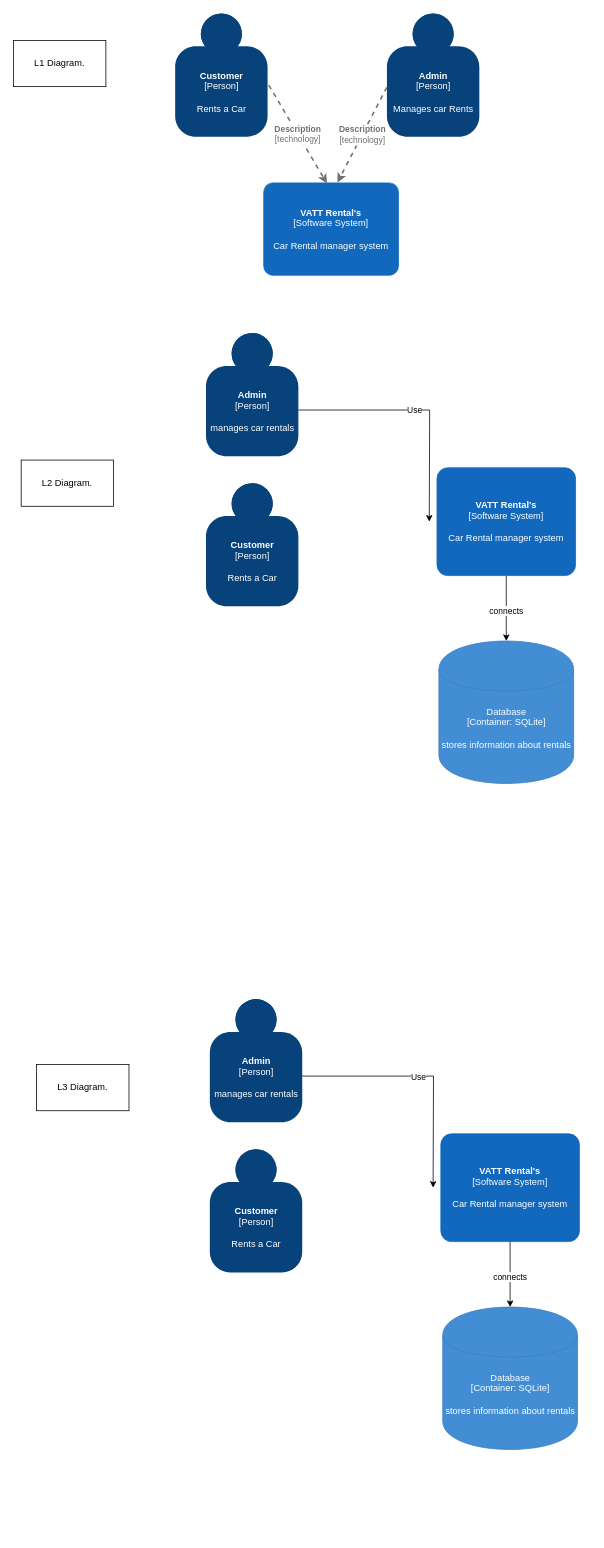
This is Rentals.drawio from jbovone/R-A-Clase-18, a draw.io file, before an edit. Source tidied: cells renumbered, new cells numbered last; positions are measured from the earlier drawing's top-left corner, leaving out a move shared by most shapes. Both pictures are drawn from the tidied source at 77%, with x=0, y=0 at pixel (13, 13).
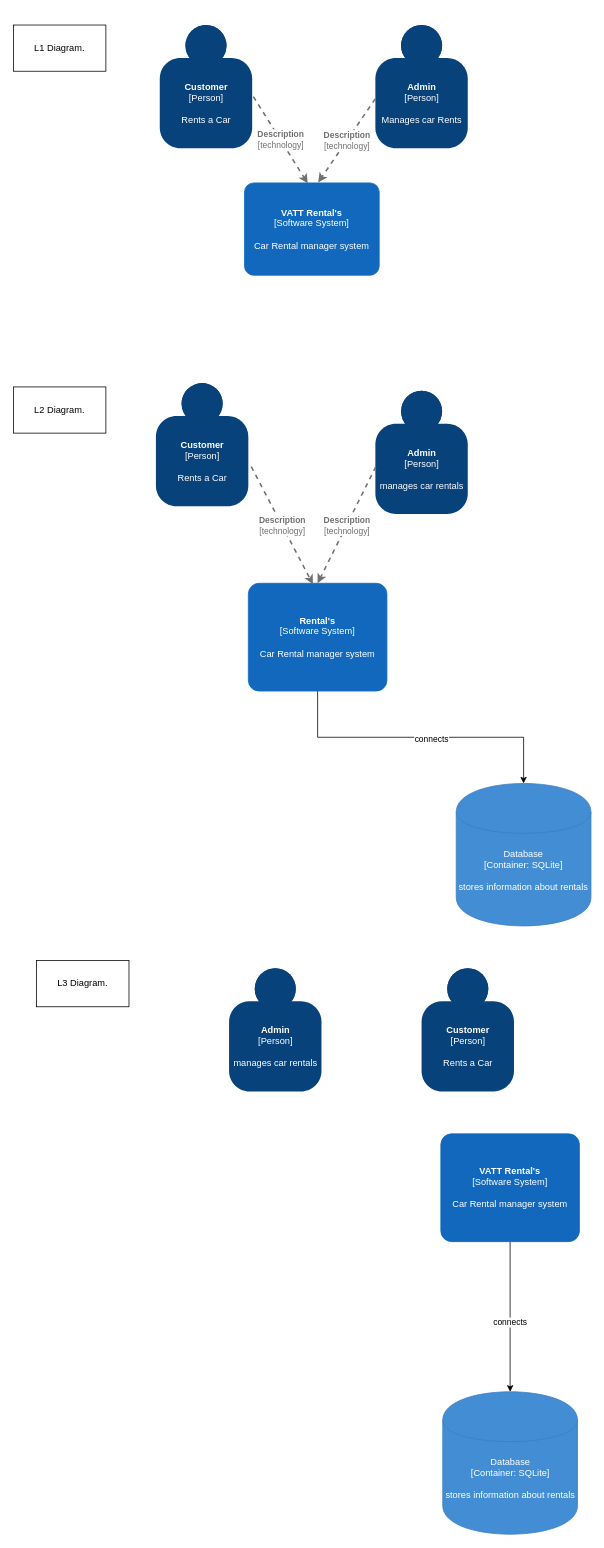
The same page after the edit.

The edit, as a diff of the source:
```diff
@@
     <object id="2" label="&lt;b&gt;%c4Name%&lt;/b&gt;&lt;div&gt;[%c4Type%]&lt;/div&gt;&lt;br&gt;&lt;div&gt;%c4Description%&lt;/div&gt;" c4Description="Manages car Rents" c4Name="Admin" c4Type="Person" placeholders="1">
       <mxCell style="html=1;dashed=0;whitespace=wrap;fillColor=#08427b;strokeColor=none;fontColor=#ffffff;shape=mxgraph.c4.person;align=center;points=[[0.5,0,0],[1,0.5,0],[1,0.75,0],[0.75,1,0],[0.5,1,0],[0.25,1,0],[0,0.75,0],[0,0.5,0]];metaData={&quot;c4Type&quot;:{&quot;editable&quot;:false}};" parent="1" vertex="1">
-        <mxGeometry x="485" width="120" height="160" as="geometry" />
+        <mxGeometry x="470" y="15" width="120" height="160" as="geometry" />
       </mxCell>
     </object>
     <object id="3" label="&lt;b&gt;%c4Name%&lt;/b&gt;&lt;div&gt;[%c4Type%]&lt;/div&gt;&lt;br&gt;&lt;div&gt;%c4Description%&lt;/div&gt;" c4Description="Car Rental manager system" c4Name="VATT Rental's" c4Type="Software System" placeholders="1">
       <mxCell style="rounded=1;whiteSpace=wrap;html=1;labelBackgroundColor=none;fillColor=#1168BD;fontColor=#ffffff;align=center;arcSize=10;strokeColor=#1168BD;metaData={&quot;c4Type&quot;:{&quot;editable&quot;:false}};points=[[0.25,0,0],[0.5,0,0],[0.75,0,0],[1,0.25,0],[1,0.5,0],[1,0.75,0],[0.75,1,0],[0.5,1,0],[0.25,1,0],[0,0.75,0],[0,0.5,0],[0,0.25,0]];" parent="1" vertex="1">
-        <mxGeometry x="325" y="220" width="175" height="120" as="geometry" />
+        <mxGeometry x="300" y="220" width="175" height="120" as="geometry" />
       </mxCell>
     </object>
     <mxCell id="4" value="L1 Diagram." style="whiteSpace=wrap;html=1;" parent="1" vertex="1">
-      <mxGeometry y="35" width="120" height="60" as="geometry" />
+      <mxGeometry y="15" width="120" height="60" as="geometry" />
     </mxCell>
     <mxCell id="5" value="L3 Diagram." style="whiteSpace=wrap;html=1;" parent="1" vertex="1">
-      <mxGeometry x="30" y="1365" width="120" height="60" as="geometry" />
+      <mxGeometry x="30" y="1230" width="120" height="60" as="geometry" />
     </mxCell>
-    <mxCell id="6" style="edgeStyle=orthogonalEdgeStyle;rounded=0;jettySize=auto;html=1;exitX=1;exitY=0.625;exitDx=0;exitDy=0;exitPerimeter=0;" parent="1" edge="1" source="8">
-      <mxGeometry relative="1" as="geometry">
-        <mxPoint x="540" y="660" as="targetPoint" />
-      </mxGeometry>
-    </mxCell>
-    <mxCell id="7" value="Use&lt;br&gt;" style="edgeLabel;html=1;align=center;verticalAlign=middle;" parent="6" vertex="1">
-      <mxGeometry x="-0.05" relative="1" as="geometry" />
-    </mxCell>
     <object id="8" label="&lt;b&gt;%c4Name%&lt;/b&gt;&lt;div&gt;[%c4Type%]&lt;/div&gt;&lt;br&gt;&lt;div&gt;%c4Description%&lt;/div&gt;" c4Description="manages car rentals" c4Name="Admin" c4Type="Person" placeholders="1">
       <mxCell style="html=1;dashed=0;whitespace=wrap;fillColor=#08427b;strokeColor=none;fontColor=#ffffff;shape=mxgraph.c4.person;align=center;points=[[0.5,0,0],[1,0.5,0],[1,0.75,0],[0.75,1,0],[0.5,1,0],[0.25,1,0],[0,0.75,0],[0,0.5,0]];metaData={&quot;c4Type&quot;:{&quot;editable&quot;:false}};" parent="1" vertex="1">
-        <mxGeometry x="250" y="415" width="120" height="160" as="geometry" />
+        <mxGeometry x="470" y="490" width="120" height="160" as="geometry" />
       </mxCell>
     </object>
@@
-    <object id="11" label="&lt;b&gt;%c4Name%&lt;/b&gt;&lt;div&gt;[%c4Type%]&lt;/div&gt;&lt;br&gt;&lt;div&gt;%c4Description%&lt;/div&gt;" c4Description="Car Rental manager system" c4Name="VATT Rental's" c4Type="Software System" placeholders="1">
+    <object id="11" label="&lt;b&gt;%c4Name%&lt;/b&gt;&lt;div&gt;[%c4Type%]&lt;/div&gt;&lt;br&gt;&lt;div&gt;%c4Description%&lt;/div&gt;" c4Description="Car Rental manager system" c4Name="Rental's" c4Type="Software System" placeholders="1">
       <mxCell style="rounded=1;whiteSpace=wrap;html=1;labelBackgroundColor=none;fillColor=#1168BD;fontColor=#ffffff;align=center;arcSize=10;strokeColor=#1168BD;metaData={&quot;c4Type&quot;:{&quot;editable&quot;:false}};points=[[0.25,0,0],[0.5,0,0],[0.75,0,0],[1,0.25,0],[1,0.5,0],[1,0.75,0],[0.75,1,0],[0.5,1,0],[0.25,1,0],[0,0.75,0],[0,0.5,0],[0,0.25,0]];" parent="1" vertex="1">
-        <mxGeometry x="550" y="590" width="180" height="140" as="geometry" />
+        <mxGeometry x="305" y="740" width="180" height="140" as="geometry" />
       </mxCell>
     </object>
     <mxCell id="12" value="L2 Diagram." style="whiteSpace=wrap;html=1;" parent="1" vertex="1">
-      <mxGeometry x="10" y="580" width="120" height="60" as="geometry" />
+      <mxGeometry y="485" width="120" height="60" as="geometry" />
     </mxCell>
     <object id="13" label="%c4Type%&lt;div&gt;[Container:&amp;nbsp;%c4Technology%]&lt;/div&gt;&lt;br&gt;&lt;div&gt;%c4Description%&lt;/div&gt;" c4Description="stores information about rentals" c4Technology="SQLite" c4Type="Database" placeholders="1">
       <mxCell style="shape=cylinder;whiteSpace=wrap;html=1;boundedLbl=1;rounded=0;labelBackgroundColor=none;fillColor=#438DD5;fontSize=12;fontColor=#ffffff;align=center;strokeColor=#3C7FC0;points=[[0.5,0,0],[1,0.25,0],[1,0.5,0],[1,0.75,0],[0.5,1,0],[0,0.75,0],[0,0.5,0],[0,0.25,0]];metaData={&quot;c4Type&quot;:{&quot;editable&quot;:false}};" parent="1" vertex="1">
-        <mxGeometry x="552.5" y="815" width="175" height="185" as="geometry" />
+        <mxGeometry x="575" y="1000" width="175" height="185" as="geometry" />
       </mxCell>
     </object>
     <object id="14" label="&lt;b&gt;%c4Name%&lt;/b&gt;&lt;div&gt;[%c4Type%]&lt;/div&gt;&lt;br&gt;&lt;div&gt;%c4Description%&lt;/div&gt;" c4Description="Rents a Car" c4Name="Customer" c4Type="Person" placeholders="1">
       <mxCell style="html=1;dashed=0;whitespace=wrap;fillColor=#08427b;strokeColor=none;fontColor=#ffffff;shape=mxgraph.c4.person;align=center;points=[[0.5,0,0],[1,0.5,0],[1,0.75,0],[0.75,1,0],[0.5,1,0],[0.25,1,0],[0,0.75,0],[0,0.5,0]];metaData={&quot;c4Type&quot;:{&quot;editable&quot;:false}};" parent="1" vertex="1">
-        <mxGeometry x="210" width="120" height="160" as="geometry" />
+        <mxGeometry x="190" y="15" width="120" height="160" as="geometry" />
       </mxCell>
     </object>
@@
     <object id="17" label="&lt;b&gt;%c4Name%&lt;/b&gt;&lt;div&gt;[%c4Type%]&lt;/div&gt;&lt;br&gt;&lt;div&gt;%c4Description%&lt;/div&gt;" c4Description="Rents a Car" c4Name="Customer" c4Type="Person" placeholders="1">
       <mxCell style="html=1;dashed=0;whitespace=wrap;fillColor=#08427b;strokeColor=none;fontColor=#ffffff;shape=mxgraph.c4.person;align=center;points=[[0.5,0,0],[1,0.5,0],[1,0.75,0],[0.75,1,0],[0.5,1,0],[0.25,1,0],[0,0.75,0],[0,0.5,0]];metaData={&quot;c4Type&quot;:{&quot;editable&quot;:false}};" parent="1" vertex="1">
-        <mxGeometry x="250" y="610" width="120" height="160" as="geometry" />
+        <mxGeometry x="185" y="480" width="120" height="160" as="geometry" />
       </mxCell>
     </object>
-    <mxCell id="18" style="edgeStyle=orthogonalEdgeStyle;rounded=0;jettySize=auto;html=1;exitX=1;exitY=0.625;exitDx=0;exitDy=0;exitPerimeter=0;" parent="1" edge="1" source="20">
-      <mxGeometry relative="1" as="geometry">
-        <mxPoint x="545" y="1525" as="targetPoint" />
-      </mxGeometry>
-    </mxCell>
-    <mxCell id="19" value="Use&lt;br&gt;" style="edgeLabel;html=1;align=center;verticalAlign=middle;" parent="18" vertex="1">
-      <mxGeometry x="-0.05" relative="1" as="geometry" />
-    </mxCell>
     <object id="20" label="&lt;b&gt;%c4Name%&lt;/b&gt;&lt;div&gt;[%c4Type%]&lt;/div&gt;&lt;br&gt;&lt;div&gt;%c4Description%&lt;/div&gt;" c4Description="manages car rentals" c4Name="Admin" c4Type="Person" placeholders="1">
       <mxCell style="html=1;dashed=0;whitespace=wrap;fillColor=#08427b;strokeColor=none;fontColor=#ffffff;shape=mxgraph.c4.person;align=center;points=[[0.5,0,0],[1,0.5,0],[1,0.75,0],[0.75,1,0],[0.5,1,0],[0.25,1,0],[0,0.75,0],[0,0.5,0]];metaData={&quot;c4Type&quot;:{&quot;editable&quot;:false}};" parent="1" vertex="1">
-        <mxGeometry x="255" y="1280" width="120" height="160" as="geometry" />
+        <mxGeometry x="280" y="1240" width="120" height="160" as="geometry" />
       </mxCell>
     </object>
@@
     <object id="24" label="%c4Type%&lt;div&gt;[Container:&amp;nbsp;%c4Technology%]&lt;/div&gt;&lt;br&gt;&lt;div&gt;%c4Description%&lt;/div&gt;" c4Description="stores information about rentals" c4Technology="SQLite" c4Type="Database" placeholders="1">
       <mxCell style="shape=cylinder;whiteSpace=wrap;html=1;boundedLbl=1;rounded=0;labelBackgroundColor=none;fillColor=#438DD5;fontSize=12;fontColor=#ffffff;align=center;strokeColor=#3C7FC0;points=[[0.5,0,0],[1,0.25,0],[1,0.5,0],[1,0.75,0],[0.5,1,0],[0,0.75,0],[0,0.5,0],[0,0.25,0]];metaData={&quot;c4Type&quot;:{&quot;editable&quot;:false}};" parent="1" vertex="1">
-        <mxGeometry x="557.5" y="1680" width="175" height="185" as="geometry" />
+        <mxGeometry x="557.5" y="1790" width="175" height="185" as="geometry" />
       </mxCell>
     </object>
     <object id="25" label="&lt;b&gt;%c4Name%&lt;/b&gt;&lt;div&gt;[%c4Type%]&lt;/div&gt;&lt;br&gt;&lt;div&gt;%c4Description%&lt;/div&gt;" c4Description="Rents a Car" c4Name="Customer" c4Type="Person" placeholders="1">
       <mxCell style="html=1;dashed=0;whitespace=wrap;fillColor=#08427b;strokeColor=none;fontColor=#ffffff;shape=mxgraph.c4.person;align=center;metaData={&quot;c4Type&quot;:{&quot;editable&quot;:false}};" parent="1" vertex="1">
-        <mxGeometry x="255" y="1475" width="120" height="160" as="geometry" />
+        <mxGeometry x="530" y="1240" width="120" height="160" as="geometry" />
       </mxCell>
     </object>
+    <object id="26" label="&lt;div style=&quot;text-align: left&quot;&gt;&lt;div style=&quot;text-align: center&quot;&gt;&lt;b&gt;%c4Description%&lt;/b&gt;&lt;/div&gt;&lt;div style=&quot;text-align: center&quot;&gt;[%c4Technology%]&lt;/div&gt;&lt;/div&gt;" c4Description="Description" c4Technology="technology" placeholders="1">
+      <mxCell style="edgeStyle=none;rounded=0;html=1;jettySize=auto;strokeColor=#707070;strokeWidth=2;fontColor=#707070;jumpStyle=none;dashed=1;metaData={&quot;c4Type&quot;:{&quot;editable&quot;:false}};exitX=1.032;exitY=0.679;exitDx=0;exitDy=0;exitPerimeter=0;entryX=0.466;entryY=0.009;entryDx=0;entryDy=0;entryPerimeter=0;" parent="1" edge="1" source="17" target="11">
+        <mxGeometry relative="1" as="geometry" />
+      </mxCell>
+    </object>
+    <object id="27" label="&lt;div style=&quot;text-align: left&quot;&gt;&lt;div style=&quot;text-align: center&quot;&gt;&lt;b&gt;%c4Description%&lt;/b&gt;&lt;/div&gt;&lt;div style=&quot;text-align: center&quot;&gt;[%c4Technology%]&lt;/div&gt;&lt;/div&gt;" c4Description="Description" c4Technology="technology" placeholders="1">
+      <mxCell style="edgeStyle=none;rounded=0;html=1;jettySize=auto;strokeColor=#707070;strokeWidth=2;fontColor=#707070;jumpStyle=none;dashed=1;metaData={&quot;c4Type&quot;:{&quot;editable&quot;:false}};exitX=0.004;exitY=0.617;exitDx=0;exitDy=0;exitPerimeter=0;entryX=0.5;entryY=0;entryDx=0;entryDy=0;entryPerimeter=0;" parent="1" edge="1" source="8" target="11">
+        <mxGeometry relative="1" as="geometry" />
+      </mxCell>
+    </object>
```
